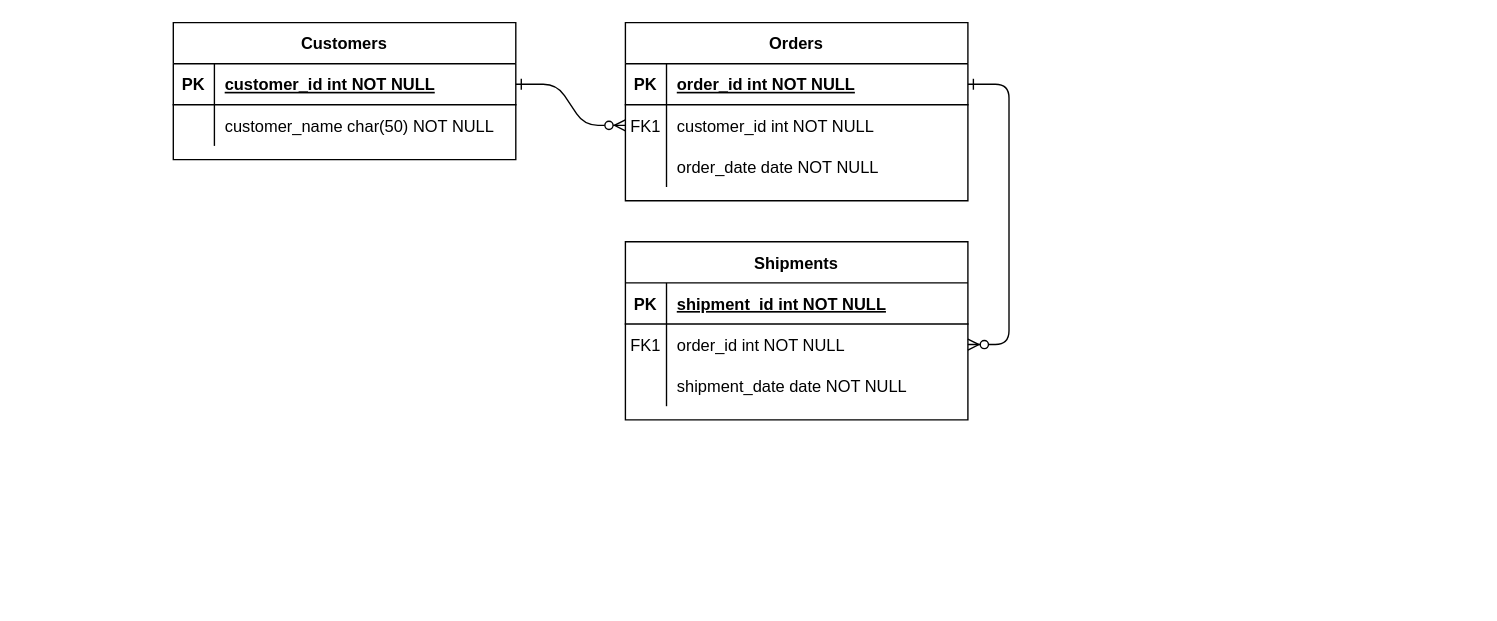
Earlier version of the draw.io diagram Diagrama sin título.drawio (MacarenaAmarilla/internal). Source tidied: cells renumbered, new cells numbered last; positions are measured from the earlier drawing's top-left corner, leaving out a move shared by most shapes. Both pictures are drawn from the tidied source at 137%, with x=0, y=0 at pixel (173, 22).
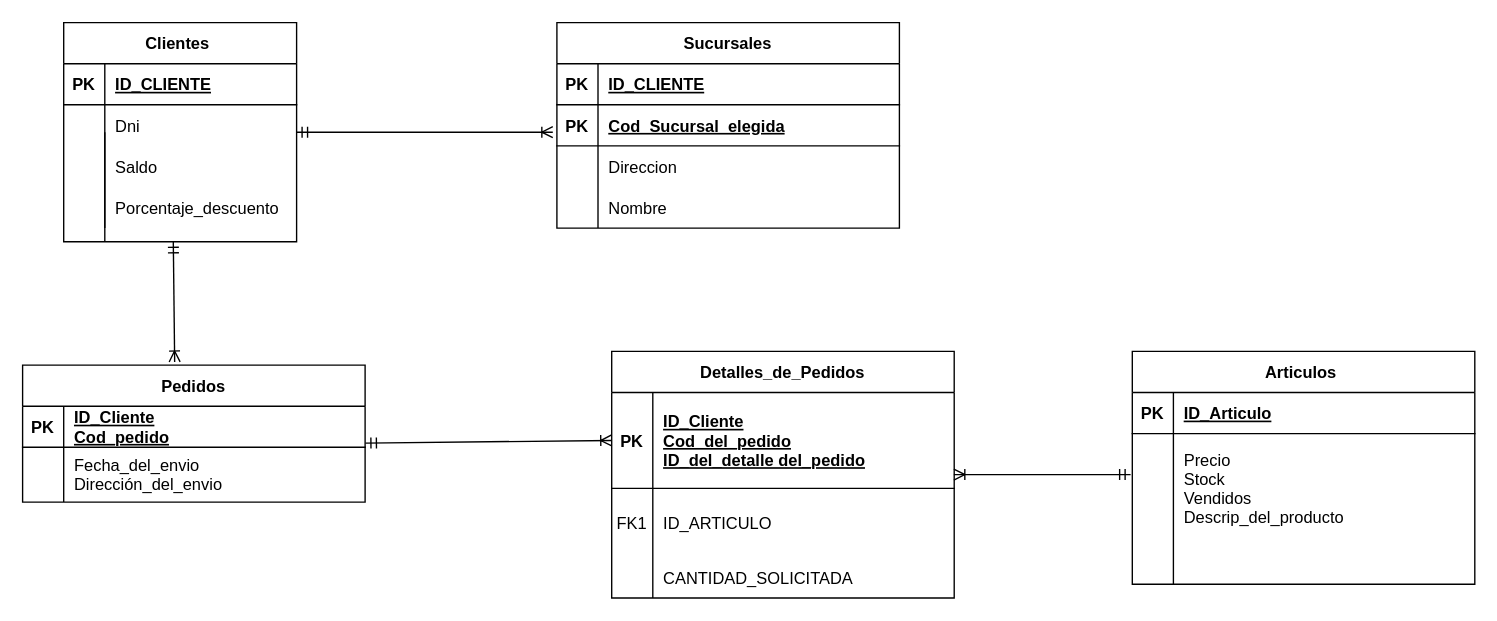
Above is the later version.

Unchanged cells that the change refers to:
```xml
<mxCell id="5" style="shape=partialRectangle;fillColor=none;points=[[0,0.5],[1,0.5]];portConstraint=eastwest;top=0;left=0;right=0;bottom=1;" parent="4" vertex="1">
  <mxGeometry y="30" width="250" height="30" as="geometry" />
</mxCell>
```

Change to the diagram source:
```diff
@@
-    <mxCell id="2" style="edgeStyle=entityRelationEdgeStyle;endArrow=ERzeroToMany;startArrow=ERone;endFill=1;startFill=0;" parent="1" edge="1" source="25" target="8">
-      <mxGeometry relative="1" as="geometry" />
-    </mxCell>
-    <mxCell id="3" style="edgeStyle=entityRelationEdgeStyle;endArrow=ERzeroToMany;startArrow=ERone;endFill=1;startFill=0;" parent="1" edge="1" source="5" target="18">
-      <mxGeometry relative="1" as="geometry" />
-    </mxCell>
-    <mxCell id="4" value="Orders" style="shape=table;startSize=30;childLayout=tableLayout;rowLines=0;fontStyle=1;align=center;" parent="1" vertex="1">
-      <mxGeometry x="330" width="250" height="130" as="geometry" />
+    <mxCell id="4" value="Sucursales" style="shape=table;startSize=30;childLayout=tableLayout;rowLines=0;fontStyle=1;align=center;" parent="1" vertex="1">
+      <mxGeometry x="280" width="250" height="150" as="geometry" />
     </mxCell>
@@
-    <mxCell id="7" value="order_id int NOT NULL " style="shape=partialRectangle;overflow=hidden;fillColor=none;top=0;left=0;bottom=0;right=0;align=left;spacingLeft=6;fontStyle=5;" parent="5" vertex="1">
+    <mxCell id="7" value="ID_CLIENTE" style="shape=partialRectangle;overflow=hidden;fillColor=none;top=0;left=0;bottom=0;right=0;align=left;spacingLeft=6;fontStyle=5;" parent="5" vertex="1">
       <mxGeometry x="30" width="220" height="30" as="geometry" />
     </mxCell>
+    <mxCell id="31" style="shape=partialRectangle;fillColor=none;top=0;left=0;right=0;bottom=1;" parent="4" vertex="1">
+      <mxGeometry y="60" width="250" height="30" as="geometry" />
+    </mxCell>
+    <mxCell id="32" value="PK" style="shape=partialRectangle;overflow=hidden;fillColor=none;top=0;left=0;bottom=0;right=0;fontStyle=1;" parent="31" vertex="1">
+      <mxGeometry width="30" height="30" as="geometry" />
+    </mxCell>
+    <mxCell id="33" value="Cod_Sucursal_elegida" style="shape=partialRectangle;overflow=hidden;fillColor=none;top=0;left=0;bottom=0;right=0;align=left;spacingLeft=6;fontStyle=5;" parent="31" vertex="1">
+      <mxGeometry x="30" width="220" height="30" as="geometry" />
+    </mxCell>
     <mxCell id="8" style="shape=partialRectangle;fillColor=none;points=[[0,0.5],[1,0.5]];portConstraint=eastwest;top=0;left=0;right=0;bottom=0;" parent="4" vertex="1">
-      <mxGeometry y="60" width="250" height="30" as="geometry" />
+      <mxGeometry y="90" width="250" height="30" as="geometry" />
     </mxCell>
-    <mxCell id="9" value="FK1" style="shape=partialRectangle;overflow=hidden;fillColor=none;top=0;left=0;bottom=0;right=0;" parent="8" vertex="1">
+    <mxCell id="9" style="shape=partialRectangle;overflow=hidden;fillColor=none;top=0;left=0;bottom=0;right=0;" parent="8" vertex="1">
       <mxGeometry width="30" height="30" as="geometry" />
     </mxCell>
-    <mxCell id="10" value="customer_id int NOT NULL" style="shape=partialRectangle;overflow=hidden;fillColor=none;top=0;left=0;bottom=0;right=0;align=left;spacingLeft=6;" parent="8" vertex="1">
+    <mxCell id="10" value="Direccion" style="shape=partialRectangle;overflow=hidden;fillColor=none;top=0;left=0;bottom=0;right=0;align=left;spacingLeft=6;" parent="8" vertex="1">
       <mxGeometry x="30" width="220" height="30" as="geometry" />
     </mxCell>
     <mxCell id="11" style="shape=partialRectangle;fillColor=none;top=0;left=0;right=0;bottom=0;" parent="4" vertex="1">
-      <mxGeometry y="90" width="250" height="30" as="geometry" />
+      <mxGeometry y="120" width="250" height="30" as="geometry" />
     </mxCell>
@@
-    <mxCell id="13" value="order_date date NOT NULL" style="shape=partialRectangle;overflow=hidden;fillColor=none;top=0;left=0;bottom=0;right=0;align=left;spacingLeft=6;" parent="11" vertex="1">
+    <mxCell id="13" value="Nombre" style="shape=partialRectangle;overflow=hidden;fillColor=none;top=0;left=0;bottom=0;right=0;align=left;spacingLeft=6;" parent="11" vertex="1">
       <mxGeometry x="30" width="220" height="30" as="geometry" />
     </mxCell>
+    <mxCell id="24" value="Clientes " style="shape=table;startSize=30;childLayout=tableLayout;rowLines=0;fontStyle=1;align=center;" parent="1" vertex="1">
+      <mxGeometry x="-80" width="170" height="160" as="geometry" />
+    </mxCell>
+    <mxCell id="25" style="shape=partialRectangle;fillColor=none;points=[[0,0.5],[1,0.5]];portConstraint=eastwest;top=0;left=0;right=0;bottom=1;" parent="24" vertex="1">
+      <mxGeometry y="30" width="170" height="30" as="geometry" />
+    </mxCell>
+    <mxCell id="26" value="PK" style="shape=partialRectangle;overflow=hidden;fillColor=none;top=0;left=0;bottom=0;right=0;fontStyle=1;" parent="25" vertex="1">
+      <mxGeometry width="30" height="30" as="geometry" />
+    </mxCell>
+    <mxCell id="27" value="ID_CLIENTE" style="shape=partialRectangle;overflow=hidden;fillColor=none;top=0;left=0;bottom=0;right=0;align=left;spacingLeft=6;fontStyle=5;" parent="25" vertex="1">
+      <mxGeometry x="30" width="140" height="30" as="geometry" />
+    </mxCell>
+    <mxCell id="28" style="shape=partialRectangle;fillColor=none;top=0;left=0;right=0;bottom=0;" parent="24" vertex="1">
+      <mxGeometry y="60" width="170" height="30" as="geometry" />
+    </mxCell>
+    <mxCell id="29" style="shape=partialRectangle;overflow=hidden;fillColor=none;top=0;left=0;bottom=0;right=0;" parent="28" vertex="1">
+      <mxGeometry width="30" height="30" as="geometry" />
+    </mxCell>
+    <mxCell id="30" value="Dni" style="shape=partialRectangle;overflow=hidden;fillColor=none;top=0;left=0;bottom=0;right=0;align=left;spacingLeft=6;" parent="28" vertex="1">
+      <mxGeometry x="30" width="140" height="30" as="geometry" />
+    </mxCell>
+    <mxCell id="34" style="shape=partialRectangle;fillColor=none;top=0;left=0;right=0;bottom=0;" parent="24" vertex="1">
+      <mxGeometry y="90" width="170" height="30" as="geometry" />
+    </mxCell>
+    <mxCell id="35" style="shape=partialRectangle;overflow=hidden;fillColor=none;top=0;left=0;bottom=0;right=0;" parent="34" vertex="1">
+      <mxGeometry width="30" height="30" as="geometry" />
+    </mxCell>
+    <mxCell id="36" value="Saldo" style="shape=partialRectangle;overflow=hidden;fillColor=none;top=0;left=0;bottom=0;right=0;align=left;spacingLeft=6;" parent="34" vertex="1">
+      <mxGeometry x="30" width="140" height="30" as="geometry" />
+    </mxCell>
+    <mxCell id="37" style="shape=partialRectangle;fillColor=none;top=0;left=0;right=0;bottom=0;" parent="24" vertex="1">
+      <mxGeometry y="120" width="170" height="30" as="geometry" />
+    </mxCell>
+    <mxCell id="38" style="shape=partialRectangle;overflow=hidden;fillColor=none;top=0;left=0;bottom=0;right=0;" parent="37" vertex="1">
+      <mxGeometry width="30" height="30" as="geometry" />
+    </mxCell>
+    <mxCell id="39" value="Porcentaje_descuento" style="shape=partialRectangle;overflow=hidden;fillColor=none;top=0;left=0;bottom=0;right=0;align=left;spacingLeft=6;" parent="37" vertex="1">
+      <mxGeometry x="30" width="140" height="30" as="geometry" />
+    </mxCell>
+    <mxCell id="40" value="Pedidos" style="shape=table;startSize=30;childLayout=tableLayout;rowLines=0;fontStyle=1;align=center;" parent="1" vertex="1">
+      <mxGeometry x="-110" y="250" width="250" height="100" as="geometry" />
+    </mxCell>
+    <mxCell id="41" style="shape=partialRectangle;fillColor=none;top=0;left=0;right=0;bottom=1;" parent="40" vertex="1">
+      <mxGeometry y="30" width="250" height="30" as="geometry" />
+    </mxCell>
+    <mxCell id="42" value="PK" style="shape=partialRectangle;overflow=hidden;fillColor=none;top=0;left=0;bottom=0;right=0;fontStyle=1;" parent="41" vertex="1">
+      <mxGeometry width="30" height="30" as="geometry" />
+    </mxCell>
+    <mxCell id="43" value="ID_Cliente&#10;Cod_pedido" style="shape=partialRectangle;overflow=hidden;fillColor=none;top=0;left=0;bottom=0;right=0;align=left;spacingLeft=6;fontStyle=5;" parent="41" vertex="1">
+      <mxGeometry x="30" width="220" height="30" as="geometry" />
+    </mxCell>
+    <mxCell id="44" style="shape=partialRectangle;fillColor=none;points=[[0,0.5],[1,0.5]];portConstraint=eastwest;top=0;left=0;right=0;bottom=0;" parent="40" vertex="1">
+      <mxGeometry y="60" width="250" height="40" as="geometry" />
+    </mxCell>
+    <mxCell id="45" style="shape=partialRectangle;overflow=hidden;fillColor=none;top=0;left=0;bottom=0;right=0;" parent="44" vertex="1">
+      <mxGeometry width="30" height="40" as="geometry" />
+    </mxCell>
+    <mxCell id="46" value="Fecha_del_envio&#10;Dirección_del_envio" style="shape=partialRectangle;overflow=hidden;fillColor=none;top=0;left=0;bottom=0;right=0;align=left;spacingLeft=6;" parent="44" vertex="1">
+      <mxGeometry x="30" width="220" height="40" as="geometry" />
+    </mxCell>
+    <mxCell id="47" value="Articulos " style="shape=table;startSize=30;childLayout=tableLayout;rowLines=0;fontStyle=1;align=center;" parent="1" vertex="1">
+      <mxGeometry x="700" y="240" width="250" height="170" as="geometry" />
+    </mxCell>
+    <mxCell id="48" style="shape=partialRectangle;fillColor=none;top=0;left=0;right=0;bottom=1;" parent="47" vertex="1">
+      <mxGeometry y="30" width="250" height="30" as="geometry" />
+    </mxCell>
+    <mxCell id="49" value="PK" style="shape=partialRectangle;overflow=hidden;fillColor=none;top=0;left=0;bottom=0;right=0;fontStyle=1;" parent="48" vertex="1">
+      <mxGeometry width="30" height="30" as="geometry" />
+    </mxCell>
+    <mxCell id="50" value="ID_Articulo" style="shape=partialRectangle;overflow=hidden;fillColor=none;top=0;left=0;bottom=0;right=0;align=left;spacingLeft=6;fontStyle=5;" parent="48" vertex="1">
+      <mxGeometry x="30" width="220" height="30" as="geometry" />
+    </mxCell>
+    <mxCell id="51" style="shape=partialRectangle;fillColor=none;points=[[0,0.5],[1,0.5]];portConstraint=eastwest;top=0;left=0;right=0;bottom=0;" parent="47" vertex="1">
+      <mxGeometry y="60" width="250" height="80" as="geometry" />
+    </mxCell>
+    <mxCell id="52" style="shape=partialRectangle;overflow=hidden;fillColor=none;top=0;left=0;bottom=0;right=0;" parent="51" vertex="1">
+      <mxGeometry width="30" height="80" as="geometry" />
+    </mxCell>
+    <mxCell id="53" value="Precio&#10;Stock&#10;Vendidos&#10;Descrip_del_producto" style="shape=partialRectangle;overflow=hidden;fillColor=none;top=0;left=0;bottom=0;right=0;align=left;spacingLeft=6;" parent="51" vertex="1">
+      <mxGeometry x="30" width="220" height="80" as="geometry" />
+    </mxCell>
+    <mxCell id="54" style="shape=partialRectangle;fillColor=none;top=0;left=0;right=0;bottom=0;" parent="47" vertex="1">
+      <mxGeometry y="140" width="250" height="30" as="geometry" />
+    </mxCell>
+    <mxCell id="55" style="shape=partialRectangle;overflow=hidden;fillColor=none;top=0;left=0;bottom=0;right=0;" parent="54" vertex="1">
+      <mxGeometry width="30" height="30" as="geometry" />
+    </mxCell>
+    <mxCell id="56" style="shape=partialRectangle;overflow=hidden;fillColor=none;top=0;left=0;bottom=0;right=0;align=left;spacingLeft=6;" parent="54" vertex="1">
+      <mxGeometry x="30" width="220" height="30" as="geometry" />
+    </mxCell>
+    <mxCell id="57" style="endArrow=none;html=1;rounded=0;" parent="1" edge="1">
+      <mxGeometry relative="1" as="geometry">
+        <mxPoint x="-50" y="160" as="sourcePoint" />
+        <mxPoint x="-50" y="80" as="targetPoint" />
+      </mxGeometry>
+    </mxCell>
-    <mxCell id="14" value="Shipments" style="shape=table;startSize=30;childLayout=tableLayout;rowLines=0;fontStyle=1;align=center;" parent="1" vertex="1">
-      <mxGeometry x="330" y="160" width="250" height="130" as="geometry" />
+    <mxCell id="14" value="Detalles_de_Pedidos" style="shape=table;startSize=30;childLayout=tableLayout;rowLines=0;fontStyle=1;align=center;" parent="1" vertex="1">
+      <mxGeometry x="320" y="240" width="250" height="180" as="geometry" />
     </mxCell>
     <mxCell id="15" style="shape=partialRectangle;fillColor=none;points=[[0,0.5],[1,0.5]];portConstraint=eastwest;top=0;left=0;right=0;bottom=1;" parent="14" vertex="1">
-      <mxGeometry y="30" width="250" height="30" as="geometry" />
+      <mxGeometry y="30" width="250" height="70" as="geometry" />
     </mxCell>
     <mxCell id="16" value="PK" style="shape=partialRectangle;overflow=hidden;fillColor=none;top=0;left=0;bottom=0;right=0;fontStyle=1;" parent="15" vertex="1">
-      <mxGeometry width="30" height="30" as="geometry" />
+      <mxGeometry width="30" height="70" as="geometry" />
     </mxCell>
-    <mxCell id="17" value="shipment_id int NOT NULL " style="shape=partialRectangle;overflow=hidden;fillColor=none;top=0;left=0;bottom=0;right=0;align=left;spacingLeft=6;fontStyle=5;" parent="15" vertex="1">
-      <mxGeometry x="30" width="220" height="30" as="geometry" />
+    <mxCell id="17" value="ID_Cliente&#10;Cod_del_pedido&#10;ID_del_detalle del_pedido" style="shape=partialRectangle;overflow=hidden;fillColor=none;top=0;left=0;bottom=0;right=0;align=left;spacingLeft=6;fontStyle=5;" parent="15" vertex="1">
+      <mxGeometry x="30" width="220" height="70" as="geometry" />
     </mxCell>
     <mxCell id="18" style="shape=partialRectangle;fillColor=none;points=[[0,0.5],[1,0.5]];portConstraint=eastwest;top=0;left=0;right=0;bottom=0;" parent="14" vertex="1">
-      <mxGeometry y="60" width="250" height="30" as="geometry" />
+      <mxGeometry y="100" width="250" height="50" as="geometry" />
     </mxCell>
-    <mxCell id="19" value="FK1" style="shape=partialRectangle;overflow=hidden;fillColor=none;top=0;left=0;bottom=0;right=0;" parent="18" vertex="1">
-      <mxGeometry width="30" height="30" as="geometry" />
+    <mxCell id="19" value="FK1" style="shape=partialRectangle;overflow=hidden;fillColor=none;top=0;left=0;bottom=0;right=0;shadow=1;" parent="18" vertex="1">
+      <mxGeometry width="30" height="50" as="geometry" />
     </mxCell>
-    <mxCell id="20" value="order_id int NOT NULL" style="shape=partialRectangle;overflow=hidden;fillColor=none;top=0;left=0;bottom=0;right=0;align=left;spacingLeft=6;" parent="18" vertex="1">
-      <mxGeometry x="30" width="220" height="30" as="geometry" />
+    <mxCell id="20" value="ID_ARTICULO" style="shape=partialRectangle;overflow=hidden;fillColor=none;top=0;left=0;bottom=0;right=0;align=left;spacingLeft=6;" parent="18" vertex="1">
+      <mxGeometry x="30" width="220" height="50" as="geometry" />
     </mxCell>
     <mxCell id="21" style="shape=partialRectangle;fillColor=none;top=0;left=0;right=0;bottom=0;" parent="14" vertex="1">
-      <mxGeometry y="90" width="250" height="30" as="geometry" />
+      <mxGeometry y="150" width="250" height="30" as="geometry" />
     </mxCell>
@@
-    <mxCell id="23" value="shipment_date date NOT NULL" style="shape=partialRectangle;overflow=hidden;fillColor=none;top=0;left=0;bottom=0;right=0;align=left;spacingLeft=6;" parent="21" vertex="1">
+    <mxCell id="23" value="CANTIDAD_SOLICITADA" style="shape=partialRectangle;overflow=hidden;fillColor=none;top=0;left=0;bottom=0;right=0;align=left;spacingLeft=6;" parent="21" vertex="1">
       <mxGeometry x="30" width="220" height="30" as="geometry" />
     </mxCell>
-    <mxCell id="24" value="Customers" style="shape=table;startSize=30;childLayout=tableLayout;rowLines=0;fontStyle=1;align=center;" parent="1" vertex="1">
-      <mxGeometry width="250" height="100" as="geometry" />
-    </mxCell>
-    <mxCell id="25" style="shape=partialRectangle;fillColor=none;points=[[0,0.5],[1,0.5]];portConstraint=eastwest;top=0;left=0;right=0;bottom=1;" parent="24" vertex="1">
-      <mxGeometry y="30" width="250" height="30" as="geometry" />
-    </mxCell>
-    <mxCell id="26" value="PK" style="shape=partialRectangle;overflow=hidden;fillColor=none;top=0;left=0;bottom=0;right=0;fontStyle=1;" parent="25" vertex="1">
-      <mxGeometry width="30" height="30" as="geometry" />
-    </mxCell>
-    <mxCell id="27" value="customer_id int NOT NULL " style="shape=partialRectangle;overflow=hidden;fillColor=none;top=0;left=0;bottom=0;right=0;align=left;spacingLeft=6;fontStyle=5;" parent="25" vertex="1">
-      <mxGeometry x="30" width="220" height="30" as="geometry" />
-    </mxCell>
-    <mxCell id="28" style="shape=partialRectangle;fillColor=none;top=0;left=0;right=0;bottom=0;" parent="24" vertex="1">
-      <mxGeometry y="60" width="250" height="30" as="geometry" />
-    </mxCell>
-    <mxCell id="29" style="shape=partialRectangle;overflow=hidden;fillColor=none;top=0;left=0;bottom=0;right=0;" parent="28" vertex="1">
-      <mxGeometry width="30" height="30" as="geometry" />
-    </mxCell>
-    <mxCell id="30" value="customer_name char(50) NOT NULL" style="shape=partialRectangle;overflow=hidden;fillColor=none;top=0;left=0;bottom=0;right=0;align=left;spacingLeft=6;" parent="28" vertex="1">
-      <mxGeometry x="30" width="220" height="30" as="geometry" />
-    </mxCell>
+    <mxCell id="58" style="endArrow=ERoneToMany;html=1;rounded=0;startArrow=ERmandOne;startFill=0;endFill=0;" parent="1" edge="1">
+      <mxGeometry relative="1" as="geometry">
+        <mxPoint x="90" y="80" as="sourcePoint" />
+        <mxPoint x="277" y="80" as="targetPoint" />
+        <Array as="points">
+          <mxPoint x="190" y="80" />
+        </Array>
+      </mxGeometry>
+    </mxCell>
+    <mxCell id="59" style="endArrow=ERmandOne;html=1;rounded=0;endFill=0;startArrow=ERoneToMany;startFill=0;exitX=0.444;exitY=-0.023;exitDx=0;exitDy=0;exitPerimeter=0;" parent="1" edge="1" source="40">
+      <mxGeometry relative="1" as="geometry">
+        <mxPoint y="160" as="targetPoint" />
+      </mxGeometry>
+    </mxCell>
+    <mxCell id="60" style="endArrow=ERoneToMany;html=1;rounded=0;startArrow=ERmandOne;startFill=0;endFill=0;entryX=0;entryY=0.5;entryDx=0;entryDy=0;exitX=1.001;exitY=-0.077;exitDx=0;exitDy=0;exitPerimeter=0;" parent="1" edge="1" source="44" target="15">
+      <mxGeometry relative="1" as="geometry" />
+    </mxCell>
+    <mxCell id="61" style="endArrow=ERmandOne;html=1;rounded=0;exitX=0.999;exitY=0.856;exitDx=0;exitDy=0;exitPerimeter=0;entryX=-0.005;entryY=0.374;entryDx=0;entryDy=0;entryPerimeter=0;startArrow=ERoneToMany;startFill=0;endFill=0;" parent="1" edge="1" source="15" target="51">
+      <mxGeometry relative="1" as="geometry" />
+    </mxCell>
```
